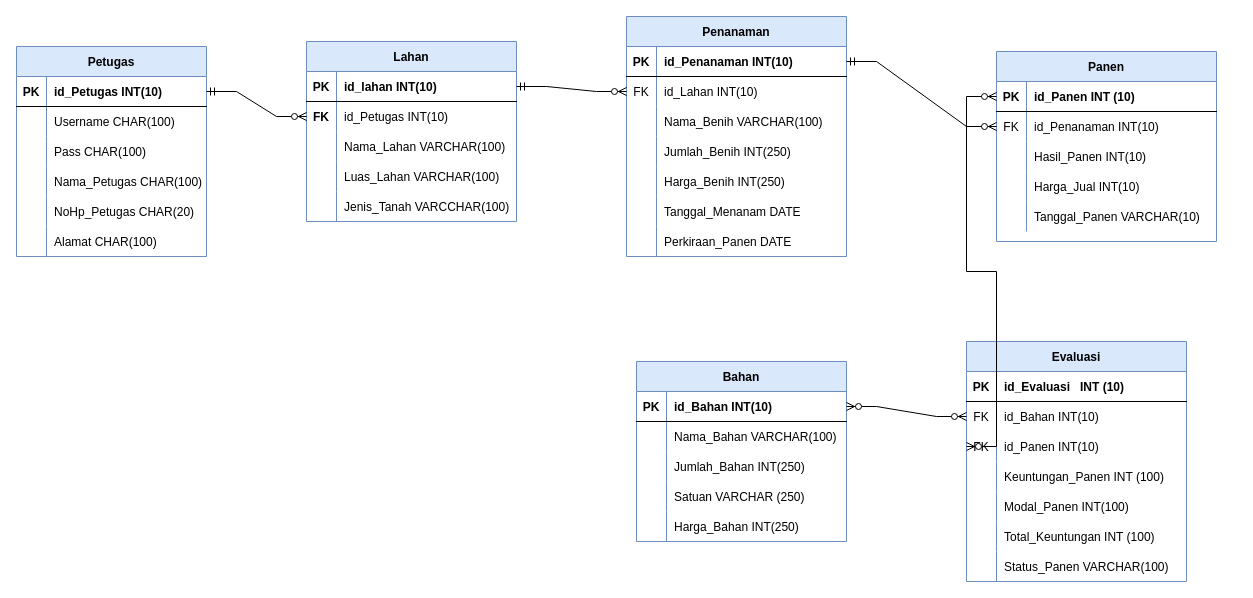
The draw.io diagram pertemuan 3/Pertemuan 3.drawio in ramabhagadhara/IF214002, before the edit. Source tidied: cells renumbered, new cells numbered last; positions are measured from the earlier drawing's top-left corner, leaving out a move shared by most shapes. Both pictures are drawn from the tidied source at 100%, with x=0, y=0 at pixel (16, 16).
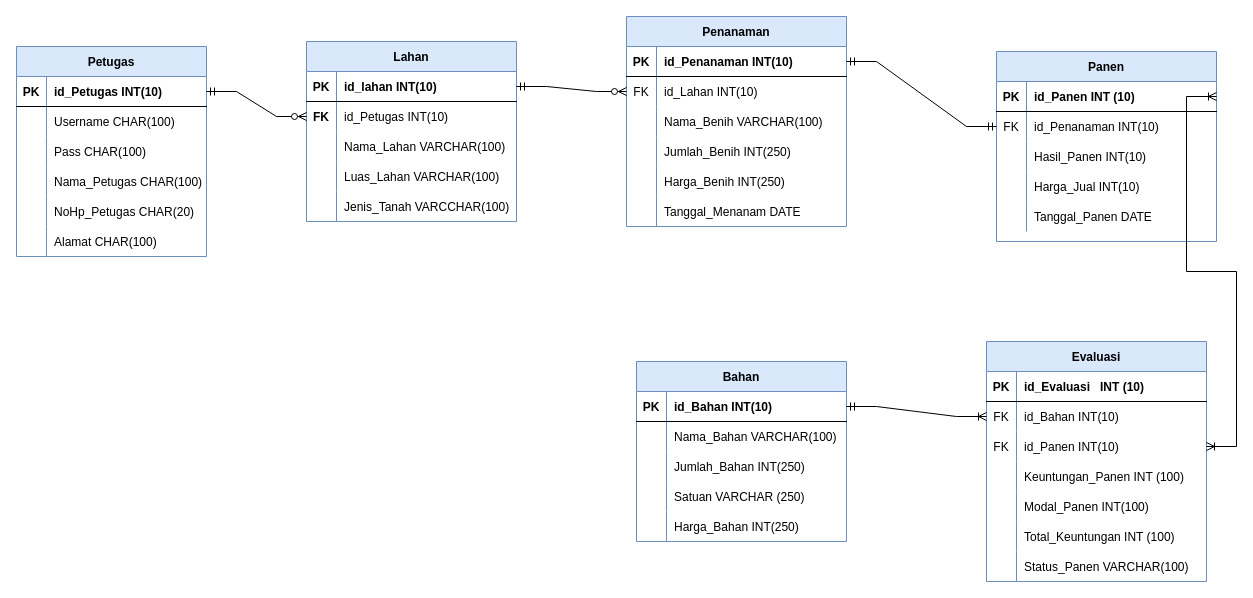
The same diagram, later.

The change refers to these unchanged cells:
```xml
<mxCell id="3" style="shape=tableRow;horizontal=0;startSize=0;swimlaneHead=0;swimlaneBody=0;fillColor=none;points=[[0,0.5],[1,0.5]];portConstraint=eastwest;top=0;left=0;right=0;bottom=1;" parent="2" vertex="1">
  <mxGeometry y="30" width="220" height="30" as="geometry" />
</mxCell>
<mxCell id="6" style="shape=tableRow;horizontal=0;startSize=0;swimlaneHead=0;swimlaneBody=0;fillColor=none;points=[[0,0.5],[1,0.5]];portConstraint=eastwest;top=0;left=0;right=0;bottom=0;" parent="2" vertex="1">
  <mxGeometry y="60" width="220" height="30" as="geometry" />
</mxCell>
<mxCell id="15" style="shape=tableRow;horizontal=0;startSize=0;swimlaneHead=0;swimlaneBody=0;fillColor=none;top=0;left=0;right=0;bottom=0;" parent="2" vertex="1">
  <mxGeometry y="150" width="220" height="30" as="geometry" />
</mxCell>
<mxCell id="60" style="shape=tableRow;horizontal=0;startSize=0;swimlaneHead=0;swimlaneBody=0;fillColor=none;points=[[0,0.5],[1,0.5]];portConstraint=eastwest;top=0;left=0;right=0;bottom=1;" parent="59" vertex="1">
  <mxGeometry y="30" width="210" height="30" as="geometry" />
</mxCell>
<mxCell id="79" style="shape=tableRow;horizontal=0;startSize=0;swimlaneHead=0;swimlaneBody=0;fillColor=none;points=[[0,0.5],[1,0.5]];portConstraint=eastwest;top=0;left=0;right=0;bottom=0;" parent="75" vertex="1">
  <mxGeometry y="60" width="220" height="30" as="geometry" />
</mxCell>
<mxCell id="82" style="shape=tableRow;horizontal=0;startSize=0;swimlaneHead=0;swimlaneBody=0;fillColor=none;points=[[0,0.5],[1,0.5]];portConstraint=eastwest;top=0;left=0;right=0;bottom=0;" parent="75" vertex="1">
  <mxGeometry y="90" width="220" height="30" as="geometry" />
</mxCell>
```

Diff of the diagram source:
```diff
@@
-    <mxCell id="17" value="Tanggal_Panen VARCHAR(10)" style="shape=partialRectangle;fillColor=none;top=0;left=0;bottom=0;right=0;align=left;spacingLeft=6;overflow=hidden;" parent="15" vertex="1">
+    <mxCell id="17" value="Tanggal_Panen DATE" style="shape=partialRectangle;fillColor=none;top=0;left=0;bottom=0;right=0;align=left;spacingLeft=6;overflow=hidden;" parent="15" vertex="1">
       <mxGeometry x="30" width="190" height="30" as="geometry" />
     </mxCell>
     <mxCell id="18" value="Penanaman" style="shape=table;startSize=30;childLayout=tableLayout;rowLines=0;fontStyle=1;align=center;fillColor=#dae8fc;strokeColor=#6c8ebf;" parent="1" vertex="1">
-      <mxGeometry x="610" width="220" height="240" as="geometry" />
+      <mxGeometry x="610" width="220" height="210" as="geometry" />
     </mxCell>
@@
-    <mxCell id="37" style="shape=tableRow;horizontal=0;startSize=0;swimlaneHead=0;swimlaneBody=0;fillColor=none;top=0;left=0;right=0;bottom=0;" parent="18" vertex="1">
-      <mxGeometry y="210" width="220" height="30" as="geometry" />
-    </mxCell>
-    <mxCell id="38" style="shape=partialRectangle;fillColor=none;top=0;left=0;bottom=0;right=0;overflow=hidden;" parent="37" vertex="1">
-      <mxGeometry width="30" height="30" as="geometry" />
-    </mxCell>
-    <mxCell id="39" value="Perkiraan_Panen DATE" style="shape=partialRectangle;fillColor=none;top=0;left=0;bottom=0;right=0;align=left;spacingLeft=6;overflow=hidden;" parent="37" vertex="1">
-      <mxGeometry x="30" width="190" height="30" as="geometry" />
-    </mxCell>
@@
     <mxCell id="75" value="Evaluasi" style="shape=table;startSize=30;childLayout=tableLayout;rowLines=0;fontStyle=1;align=center;fillColor=#dae8fc;strokeColor=#6c8ebf;" parent="1" vertex="1">
-      <mxGeometry x="950" y="325" width="220" height="240" as="geometry" />
+      <mxGeometry x="970" y="325" width="220" height="240" as="geometry" />
     </mxCell>
@@
-    <mxCell id="115" style="edgeStyle=entityRelationEdgeStyle;fontSize=12;html=1;endArrow=ERzeroToMany;startArrow=ERmandOne;rounded=0;entryX=0;entryY=0.5;entryDx=0;entryDy=0;exitX=1;exitY=0.5;exitDx=0;exitDy=0;" parent="1" edge="1" target="6">
+    <mxCell id="115" style="edgeStyle=entityRelationEdgeStyle;fontSize=12;html=1;endArrow=ERmandOne;startArrow=ERmandOne;rounded=0;entryX=0;entryY=0.5;entryDx=0;entryDy=0;exitX=1;exitY=0.5;exitDx=0;exitDy=0;endFill=0;" parent="1" edge="1" target="6">
       <mxGeometry relative="1" as="geometry">
         <mxPoint x="830" y="45" as="sourcePoint" />
       </mxGeometry>
     </mxCell>
-    <mxCell id="116" style="edgeStyle=entityRelationEdgeStyle;fontSize=12;html=1;endArrow=ERzeroToMany;endFill=1;startArrow=ERzeroToMany;rounded=0;exitX=0;exitY=0.5;exitDx=0;exitDy=0;entryX=0;entryY=0.5;entryDx=0;entryDy=0;" parent="1" edge="1" source="3" target="82">
+    <mxCell id="116" style="edgeStyle=entityRelationEdgeStyle;fontSize=12;html=1;endArrow=ERoneToMany;endFill=0;startArrow=ERoneToMany;rounded=0;exitX=1;exitY=0.5;exitDx=0;exitDy=0;entryX=1;entryY=0.5;entryDx=0;entryDy=0;startFill=0;" parent="1" edge="1" source="3" target="82">
       <mxGeometry relative="1" as="geometry" />
     </mxCell>
-    <mxCell id="117" style="edgeStyle=entityRelationEdgeStyle;fontSize=12;html=1;endArrow=ERzeroToMany;endFill=1;startArrow=ERzeroToMany;rounded=0;exitX=0;exitY=0.5;exitDx=0;exitDy=0;entryX=1;entryY=0.5;entryDx=0;entryDy=0;" parent="1" edge="1" source="79" target="60">
+    <mxCell id="117" style="edgeStyle=entityRelationEdgeStyle;fontSize=12;html=1;endArrow=ERmandOne;endFill=0;startArrow=ERoneToMany;rounded=0;exitX=0;exitY=0.5;exitDx=0;exitDy=0;entryX=1;entryY=0.5;entryDx=0;entryDy=0;startFill=0;" parent="1" edge="1" source="79" target="60">
       <mxGeometry relative="1" as="geometry" />
     </mxCell>
```
